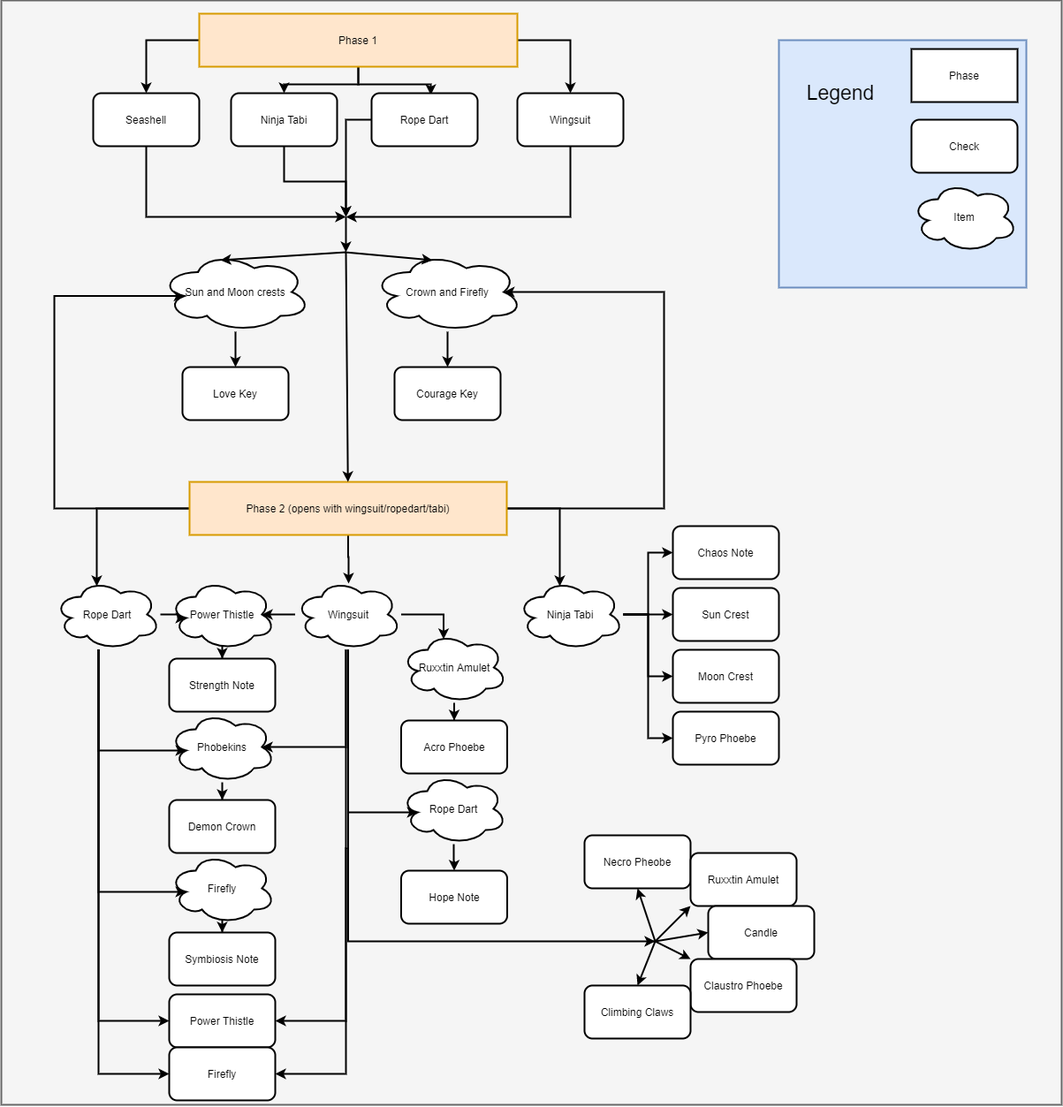
The draw.io diagram Alpha Rando check diagram.png in minous27/TheMessengerRandomizerMod, before a commit. Source tidied: cells renumbered, new cells last; positions are measured from the earlier drawing's top-left corner, leaving out a move shared by most shapes.
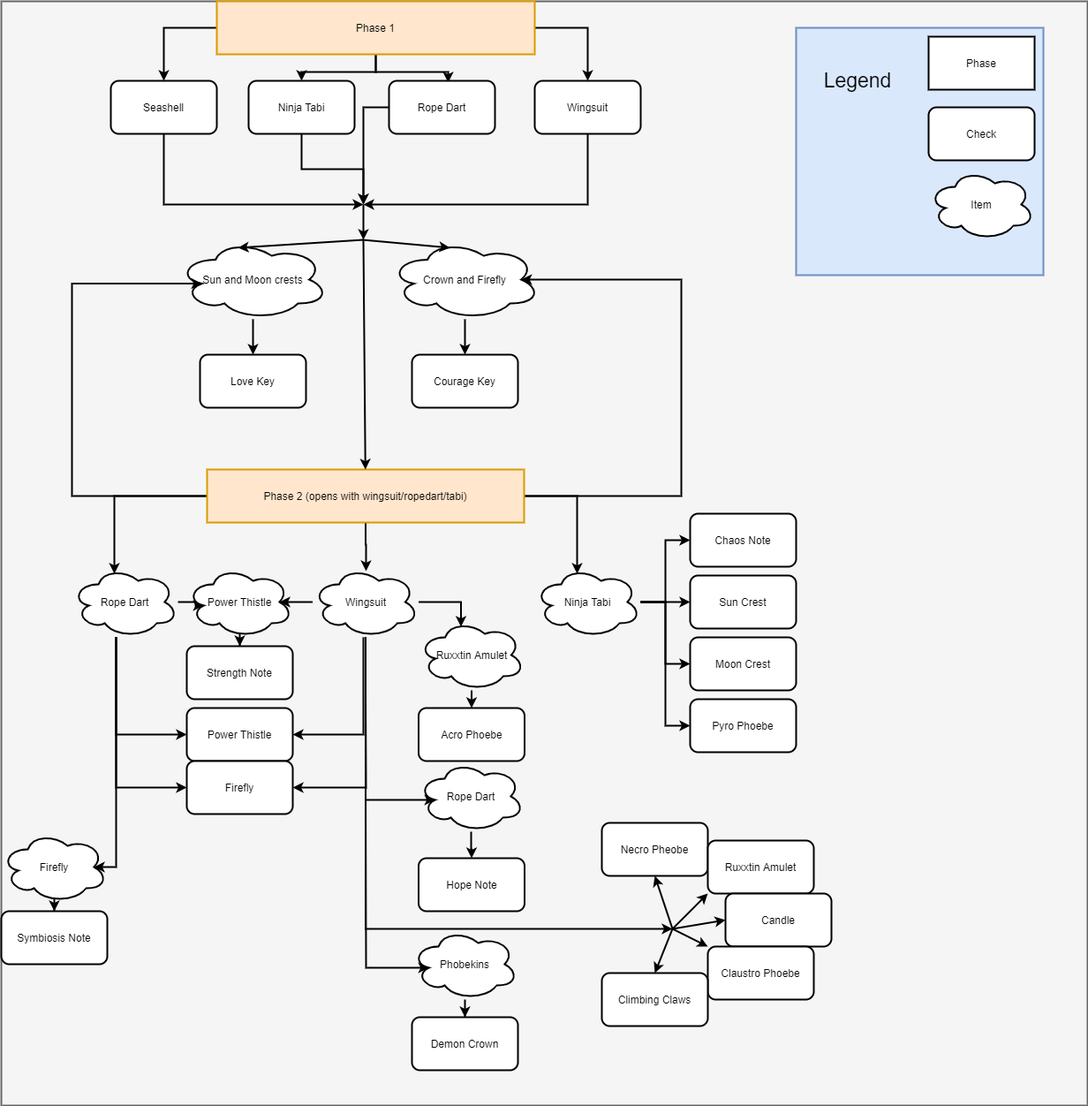
After the change.

Commit message:
updated logic document to remove ropedart requirement from Forlorn

Change to the diagram source:
```diff
@@ -3,7 +3,7 @@
     <mxCell id="0" />
     <mxCell id="1" parent="0" />
     <mxCell id="2" style="rounded=0;whiteSpace=wrap;html=1;strokeWidth=2;fontSize=23;fillColor=#f5f5f5;strokeColor=#666666;fontColor=#333333;" parent="1" vertex="1">
-      <mxGeometry width="1200" height="1250" as="geometry" />
+      <mxGeometry x="-20" y="15" width="1230" height="1250" as="geometry" />
     </mxCell>
     <mxCell id="3" style="edgeStyle=orthogonalEdgeStyle;rounded=0;jettySize=auto;html=1;exitX=0;exitY=0.5;exitDx=0;exitDy=0;entryX=0.5;entryY=0;entryDx=0;entryDy=0;strokeWidth=2;" parent="1" edge="1" source="7" target="9">
       <mxGeometry relative="1" as="geometry" />
@@ -145,13 +145,6 @@
     <mxCell id="37" style="edgeStyle=orthogonalEdgeStyle;rounded=0;jettySize=auto;html=1;entryX=0.875;entryY=0.5;entryDx=0;entryDy=0;entryPerimeter=0;strokeWidth=2;" parent="1" edge="1" source="44" target="52">
       <mxGeometry relative="1" as="geometry" />
     </mxCell>
-    <mxCell id="38" style="edgeStyle=orthogonalEdgeStyle;rounded=0;jettySize=auto;html=1;entryX=0.875;entryY=0.5;entryDx=0;entryDy=0;entryPerimeter=0;strokeWidth=2;" parent="1" edge="1" source="44" target="54">
-      <mxGeometry relative="1" as="geometry">
-        <Array as="points">
-          <mxPoint x="390" y="845" />
-        </Array>
-      </mxGeometry>
-    </mxCell>
     <mxCell id="39" style="edgeStyle=orthogonalEdgeStyle;rounded=0;jettySize=auto;html=1;entryX=0.4;entryY=0.1;entryDx=0;entryDy=0;entryPerimeter=0;strokeWidth=2;" parent="1" edge="1" source="44" target="58">
       <mxGeometry relative="1" as="geometry">
         <Array as="points">
@@ -178,16 +171,23 @@
     <mxCell id="42" style="edgeStyle=orthogonalEdgeStyle;rounded=0;jettySize=auto;html=1;entryX=1;entryY=0.5;entryDx=0;entryDy=0;strokeWidth=2;" parent="1" edge="1" source="44" target="62">
       <mxGeometry relative="1" as="geometry">
         <Array as="points">
-          <mxPoint x="390" y="1155" />
+          <mxPoint x="390" y="845" />
         </Array>
       </mxGeometry>
     </mxCell>
+    <mxCell id="38" style="edgeStyle=orthogonalEdgeStyle;rounded=0;jettySize=auto;html=1;entryX=0.16;entryY=0.55;entryDx=0;entryDy=0;entryPerimeter=0;strokeWidth=2;" parent="1" edge="1" source="44" target="54">
+      <mxGeometry relative="1" as="geometry">
+        <Array as="points">
+          <mxPoint x="393" y="900" />
+          <mxPoint x="393" y="1109" />
+        </Array>
+      </mxGeometry>
+    </mxCell>
     <mxCell id="43" style="edgeStyle=orthogonalEdgeStyle;rounded=0;jettySize=auto;html=1;entryX=1;entryY=0.5;entryDx=0;entryDy=0;strokeWidth=2;" parent="1" edge="1" source="44" target="64">
       <mxGeometry relative="1" as="geometry">
         <Array as="points">
-          <mxPoint x="393" y="960" />
-          <mxPoint x="390" y="960" />
-          <mxPoint x="390" y="1215" />
+          <mxPoint x="393" y="800" />
+          <mxPoint x="393" y="895" />
         </Array>
       </mxGeometry>
     </mxCell>
@@ -197,34 +197,27 @@
     <mxCell id="45" style="edgeStyle=orthogonalEdgeStyle;rounded=0;jettySize=auto;html=1;entryX=0.16;entryY=0.55;entryDx=0;entryDy=0;entryPerimeter=0;strokeWidth=2;" parent="1" edge="1" source="50" target="52">
       <mxGeometry relative="1" as="geometry" />
     </mxCell>
-    <mxCell id="46" style="edgeStyle=orthogonalEdgeStyle;rounded=0;jettySize=auto;html=1;strokeWidth=2;entryX=0.16;entryY=0.55;entryDx=0;entryDy=0;entryPerimeter=0;" parent="1" edge="1" source="50" target="56">
-      <mxGeometry relative="1" as="geometry">
-        <Array as="points">
-          <mxPoint x="110" y="1009" />
-        </Array>
-      </mxGeometry>
-    </mxCell>
-    <mxCell id="47" style="edgeStyle=orthogonalEdgeStyle;rounded=0;jettySize=auto;html=1;entryX=0.16;entryY=0.55;entryDx=0;entryDy=0;entryPerimeter=0;strokeWidth=2;" parent="1" edge="1" source="50" target="54">
-      <mxGeometry relative="1" as="geometry">
-        <Array as="points">
-          <mxPoint x="110" y="849" />
-        </Array>
-      </mxGeometry>
-    </mxCell>
     <mxCell id="48" style="edgeStyle=orthogonalEdgeStyle;rounded=0;jettySize=auto;html=1;entryX=0;entryY=0.5;entryDx=0;entryDy=0;strokeWidth=2;" parent="1" edge="1" source="50" target="62">
       <mxGeometry relative="1" as="geometry">
         <Array as="points">
-          <mxPoint x="110" y="1155" />
+          <mxPoint x="110" y="845" />
         </Array>
       </mxGeometry>
     </mxCell>
     <mxCell id="49" style="edgeStyle=orthogonalEdgeStyle;rounded=0;jettySize=auto;html=1;entryX=0;entryY=0.5;entryDx=0;entryDy=0;strokeWidth=2;" parent="1" edge="1" source="50" target="64">
       <mxGeometry relative="1" as="geometry">
         <Array as="points">
-          <mxPoint x="110" y="1215" />
+          <mxPoint x="110" y="905" />
         </Array>
       </mxGeometry>
     </mxCell>
+    <mxCell id="46" style="edgeStyle=orthogonalEdgeStyle;rounded=0;jettySize=auto;html=1;entryX=0.875;entryY=0.5;entryDx=0;entryDy=0;entryPerimeter=0;strokeWidth=2;" parent="1" edge="1" source="50" target="56">
+      <mxGeometry relative="1" as="geometry">
+        <Array as="points">
+          <mxPoint x="110" y="995" />
+        </Array>
+      </mxGeometry>
+    </mxCell>
     <mxCell id="50" value="Rope Dart" style="ellipse;shape=cloud;whiteSpace=wrap;html=1;strokeWidth=2;" parent="1" vertex="1">
       <mxGeometry x="60" y="655" width="120" height="80" as="geometry" />
     </mxCell>
@@ -238,13 +231,13 @@
       <mxGeometry relative="1" as="geometry" />
     </mxCell>
     <mxCell id="54" value="Phobekins" style="ellipse;shape=cloud;whiteSpace=wrap;html=1;strokeWidth=2;" parent="1" vertex="1">
-      <mxGeometry x="190" y="805" width="120" height="80" as="geometry" />
+      <mxGeometry x="445" y="1065" width="120" height="80" as="geometry" />
     </mxCell>
     <mxCell id="55" style="edgeStyle=orthogonalEdgeStyle;rounded=0;jettySize=auto;html=1;strokeWidth=2;" parent="1" edge="1" source="56" target="73">
       <mxGeometry relative="1" as="geometry" />
     </mxCell>
     <mxCell id="56" value="Firefly" style="ellipse;shape=cloud;whiteSpace=wrap;html=1;strokeWidth=2;" parent="1" vertex="1">
-      <mxGeometry x="190" y="965" width="120" height="80" as="geometry" />
+      <mxGeometry x="-20" y="955" width="120" height="80" as="geometry" />
     </mxCell>
     <mxCell id="57" style="edgeStyle=orthogonalEdgeStyle;rounded=0;jettySize=auto;html=1;strokeWidth=2;" parent="1" edge="1" source="58" target="67">
       <mxGeometry relative="1" as="geometry" />
@@ -262,13 +255,13 @@
       <mxGeometry x="452.5" y="985" width="120" height="60" as="geometry" />
     </mxCell>
     <mxCell id="62" value="Power Thistle" style="rounded=1;whiteSpace=wrap;html=1;strokeWidth=2;" parent="1" vertex="1">
-      <mxGeometry x="190" y="1125" width="120" height="60" as="geometry" />
+      <mxGeometry x="190" y="815" width="120" height="60" as="geometry" />
     </mxCell>
     <mxCell id="63" value="Ruxxtin Amulet" style="rounded=1;whiteSpace=wrap;html=1;strokeWidth=2;" parent="1" vertex="1">
       <mxGeometry x="780" y="965" width="120" height="60" as="geometry" />
     </mxCell>
     <mxCell id="64" value="Firefly" style="rounded=1;whiteSpace=wrap;html=1;strokeWidth=2;" parent="1" vertex="1">
-      <mxGeometry x="190" y="1185" width="120" height="60" as="geometry" />
+      <mxGeometry x="190" y="875" width="120" height="60" as="geometry" />
     </mxCell>
     <mxCell id="65" value="Candle" style="rounded=1;whiteSpace=wrap;html=1;strokeWidth=2;" parent="1" vertex="1">
       <mxGeometry x="800" y="1025" width="120" height="60" as="geometry" />
@@ -292,10 +285,10 @@
       <mxGeometry x="760" y="595" width="120" height="60" as="geometry" />
     </mxCell>
     <mxCell id="72" value="Demon Crown" style="rounded=1;whiteSpace=wrap;html=1;strokeWidth=2;" parent="1" vertex="1">
-      <mxGeometry x="190" y="905" width="120" height="60" as="geometry" />
+      <mxGeometry x="445" y="1165" width="120" height="60" as="geometry" />
     </mxCell>
     <mxCell id="73" value="Symbiosis Note" style="rounded=1;whiteSpace=wrap;html=1;strokeWidth=2;" parent="1" vertex="1">
-      <mxGeometry x="190" y="1055" width="120" height="60" as="geometry" />
+      <mxGeometry x="-20" y="1045" width="120" height="60" as="geometry" />
     </mxCell>
     <mxCell id="74" style="whiteSpace=wrap;html=1;fillColor=#dae8fc;strokeColor=#6c8ebf;strokeWidth=2;" parent="1" vertex="1">
       <mxGeometry x="880" y="45" width="280" height="280" as="geometry" />
```
